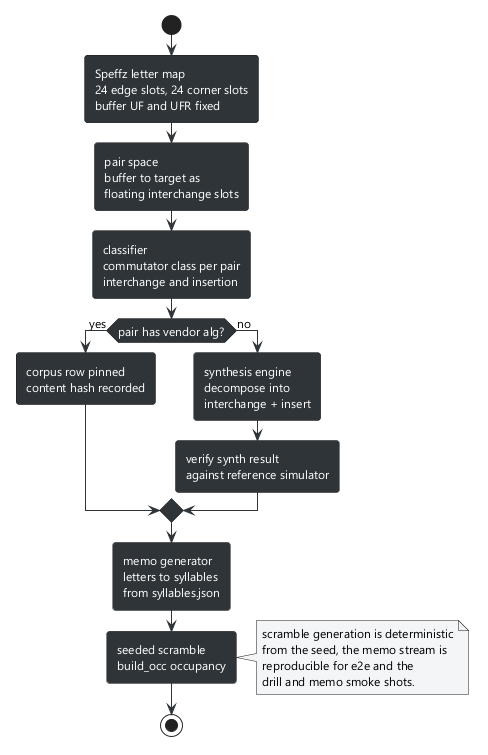
Earlier version of the PlantUML export docs/diagrams/03-scheme.png (lavantien/blind-trainer). The source it was exported from:
```plantuml
@startuml 03-scheme
skinparam backgroundColor #FFFFFF
skinparam defaultFontName Segoe UI
skinparam defaultFontSize 12
skinparam roundCorner 6
skinparam ArrowColor #2f3439
skinparam ActivityBackgroundColor #2f3439
skinparam ActivityFontColor #FFFFFF
skinparam NoteBackgroundColor #f4f5f6
start
:Speffz letter map\n24 edge slots, 24 corner slots\nbuffer UF and UFR fixed;
:pair space\nbuffer to target as\nfloating interchange slots;
:classifier\ncommutator class per pair\ninterchange and insertion;
if (pair has vendor alg?) then (yes)
  :corpus row pinned\ncontent hash recorded;
else (no)
  :synthesis engine\ndecompose into\ninterchange + insert;
  :verify synth result\nagainst reference simulator;
endif
:memo generator\nletters to syllables\nfrom syllables.json;
:seeded scramble\nbuild_occ occupancy;
note right
  scramble generation is deterministic
  from the seed, the memo stream is
  reproducible for e2e and the
  drill and memo smoke shots.
end note
stop
@enduml
```
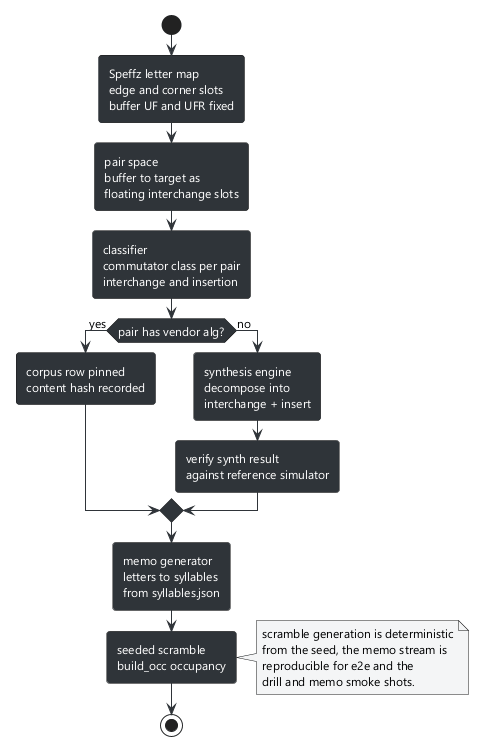
The same diagram one commit later.

What changed in the source:
```diff
@@ -8,7 +8,7 @@
 skinparam ActivityFontColor #FFFFFF
 skinparam NoteBackgroundColor #f4f5f6
 start
-:Speffz letter map\n24 edge slots, 24 corner slots\nbuffer UF and UFR fixed;
+:Speffz letter map\nedge and corner slots\nbuffer UF and UFR fixed;
 :pair space\nbuffer to target as\nfloating interchange slots;
 :classifier\ncommutator class per pair\ninterchange and insertion;
 if (pair has vendor alg?) then (yes)
```
